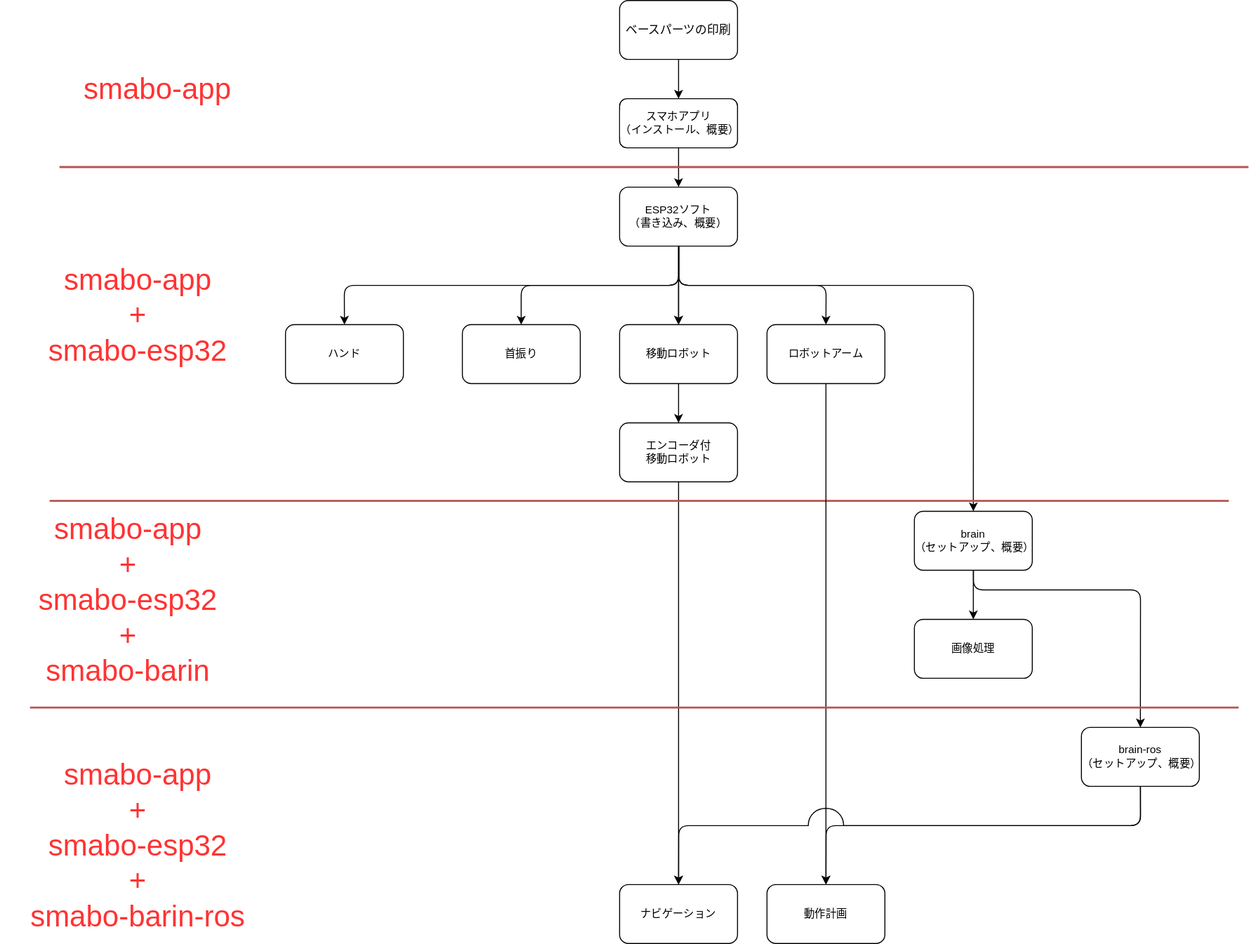
The draw.io diagram docs/images/smabo_roadmap.drawio.svg in smabo-smartphone-robot/smabo-smartphone-robot.github.io, before a commit. Source tidied: cells renumbered, new cells last; positions are measured from the earlier drawing's top-left corner, leaving out a move shared by most shapes.
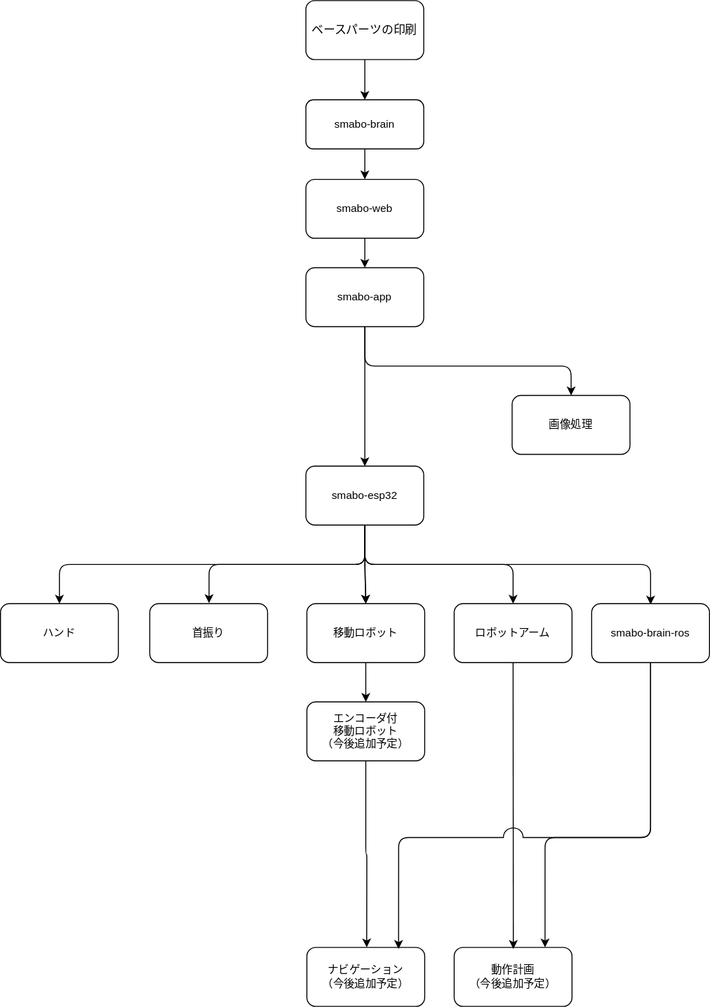
After the change.

Diff of the diagram source:
```diff
@@ -6,19 +6,19 @@
       <mxGeometry relative="1" as="geometry" />
     </mxCell>
     <mxCell id="3" value="ベースパーツの印刷" style="rounded=1;whiteSpace=wrap;html=1;" parent="1" vertex="1">
-      <mxGeometry x="630" width="120" height="60" as="geometry" />
+      <mxGeometry x="551" y="-232" width="120" height="60" as="geometry" />
     </mxCell>
-    <mxCell id="4" style="edgeStyle=orthogonalEdgeStyle;shape=connector;curved=0;rounded=0;html=1;strokeColor=default;align=center;verticalAlign=middle;fontFamily=Helvetica;fontSize=11;fontColor=default;labelBackgroundColor=default;endArrow=classic;" parent="1" edge="1" source="5" target="12">
-      <mxGeometry relative="1" as="geometry" />
-    </mxCell>
+    <mxCell id="37" style="edgeStyle=none;html=1;entryX=0.5;entryY=0;entryDx=0;entryDy=0;" parent="1" edge="1" source="5" target="40">
+      <mxGeometry relative="1" as="geometry" />
+    </mxCell>
-    <mxCell id="5" value="スマホアプリ&lt;div&gt;（インストール、概要）&lt;/div&gt;" style="rounded=1;whiteSpace=wrap;html=1;fontFamily=Helvetica;fontSize=11;fontColor=default;labelBackgroundColor=default;" parent="1" vertex="1">
-      <mxGeometry x="630" y="100" width="120" height="50" as="geometry" />
+    <mxCell id="5" value="smabo-brain" style="rounded=1;whiteSpace=wrap;html=1;fontFamily=Helvetica;fontSize=11;fontColor=default;labelBackgroundColor=default;" parent="1" vertex="1">
+      <mxGeometry x="551" y="-130.9" width="120" height="50" as="geometry" />
     </mxCell>
     <mxCell id="6" style="edgeStyle=orthogonalEdgeStyle;shape=connector;curved=0;rounded=1;html=1;strokeColor=default;align=center;verticalAlign=middle;fontFamily=Helvetica;fontSize=11;fontColor=default;labelBackgroundColor=default;endArrow=classic;entryX=0.5;entryY=0;entryDx=0;entryDy=0;" parent="1" edge="1" source="12" target="13">
       <mxGeometry relative="1" as="geometry">
         <Array as="points">
-          <mxPoint x="690" y="290" />
-          <mxPoint x="350" y="290" />
+          <mxPoint x="611" y="342" />
+          <mxPoint x="300" y="342" />
         </Array>
       </mxGeometry>
     </mxCell>
@@ -31,116 +31,103 @@
     <mxCell id="9" style="edgeStyle=orthogonalEdgeStyle;shape=connector;curved=0;rounded=1;html=1;entryX=0.5;entryY=0;entryDx=0;entryDy=0;strokeColor=default;align=center;verticalAlign=middle;fontFamily=Helvetica;fontSize=11;fontColor=default;labelBackgroundColor=default;endArrow=classic;" parent="1" edge="1" source="12" target="16">
       <mxGeometry relative="1" as="geometry">
         <Array as="points">
-          <mxPoint x="690" y="290" />
-          <mxPoint x="840" y="290" />
+          <mxPoint x="611" y="342" />
+          <mxPoint x="762" y="342" />
         </Array>
       </mxGeometry>
     </mxCell>
-    <mxCell id="10" style="edgeStyle=orthogonalEdgeStyle;shape=connector;curved=0;rounded=1;html=1;entryX=0.5;entryY=0;entryDx=0;entryDy=0;strokeColor=default;align=center;verticalAlign=middle;fontFamily=Helvetica;fontSize=11;fontColor=default;labelBackgroundColor=default;endArrow=classic;" parent="1" edge="1" source="12" target="19">
-      <mxGeometry relative="1" as="geometry">
-        <Array as="points">
-          <mxPoint x="690" y="290" />
-          <mxPoint x="990" y="290" />
-        </Array>
-      </mxGeometry>
-    </mxCell>
-    <mxCell id="11" style="edgeStyle=orthogonalEdgeStyle;shape=connector;curved=0;rounded=1;html=1;strokeColor=default;align=center;verticalAlign=middle;fontFamily=Helvetica;fontSize=11;fontColor=default;labelBackgroundColor=default;endArrow=classic;" parent="1" edge="1" source="12" target="36">
+    <mxCell id="11" style="edgeStyle=orthogonalEdgeStyle;shape=connector;curved=0;rounded=1;html=1;strokeColor=default;align=center;verticalAlign=middle;fontFamily=Helvetica;fontSize=11;fontColor=default;labelBackgroundColor=default;endArrow=classic;entryX=0.504;entryY=0.013;entryDx=0;entryDy=0;entryPerimeter=0;" parent="1" edge="1" source="12" target="41">
       <mxGeometry relative="1" as="geometry">
         <Array as="points">
-          <mxPoint x="690" y="290" />
-          <mxPoint x="530" y="290" />
+          <mxPoint x="611" y="342" />
+          <mxPoint x="902" y="342" />
+          <mxPoint x="902" y="383" />
         </Array>
       </mxGeometry>
     </mxCell>
+    <mxCell id="38" style="edgeStyle=orthogonalEdgeStyle;shape=connector;rounded=1;jumpStyle=arc;jumpSize=20;html=1;strokeColor=default;align=center;verticalAlign=middle;fontFamily=Helvetica;fontSize=11;fontColor=default;labelBackgroundColor=default;endArrow=classic;entryX=0.503;entryY=-0.009;entryDx=0;entryDy=0;entryPerimeter=0;" parent="1" edge="1" target="36">
+      <mxGeometry relative="1" as="geometry">
+        <mxPoint x="611" y="304" as="sourcePoint" />
+        <Array as="points">
+          <mxPoint x="611" y="342" />
+          <mxPoint x="452" y="342" />
+        </Array>
+      </mxGeometry>
+    </mxCell>
-    <mxCell id="12" value="ESP32ソフト&lt;div&gt;（書き込み、概要）&lt;/div&gt;" style="whiteSpace=wrap;html=1;fontSize=11;rounded=1;labelBackgroundColor=default;" parent="1" vertex="1">
-      <mxGeometry x="630" y="190" width="120" height="60" as="geometry" />
+    <mxCell id="12" value="smabo-esp32" style="whiteSpace=wrap;html=1;fontSize=11;rounded=1;labelBackgroundColor=default;" parent="1" vertex="1">
+      <mxGeometry x="551" y="242" width="120" height="60" as="geometry" />
     </mxCell>
     <mxCell id="13" value="ハンド" style="whiteSpace=wrap;html=1;fontSize=11;rounded=1;labelBackgroundColor=default;" parent="1" vertex="1">
-      <mxGeometry x="290" y="330" width="120" height="60" as="geometry" />
+      <mxGeometry x="240" y="382" width="120" height="60" as="geometry" />
     </mxCell>
     <mxCell id="14" style="edgeStyle=orthogonalEdgeStyle;shape=connector;curved=0;rounded=1;html=1;strokeColor=default;align=center;verticalAlign=middle;fontFamily=Helvetica;fontSize=11;fontColor=default;labelBackgroundColor=default;endArrow=classic;" parent="1" edge="1" source="15" target="21">
       <mxGeometry relative="1" as="geometry" />
     </mxCell>
     <mxCell id="15" value="移動ロボット" style="whiteSpace=wrap;html=1;fontSize=11;rounded=1;labelBackgroundColor=default;" parent="1" vertex="1">
-      <mxGeometry x="630" y="330" width="120" height="60" as="geometry" />
+      <mxGeometry x="552" y="382" width="120" height="60" as="geometry" />
     </mxCell>
     <mxCell id="16" value="ロボットアーム" style="rounded=1;whiteSpace=wrap;html=1;fontFamily=Helvetica;fontSize=11;fontColor=default;labelBackgroundColor=default;" parent="1" vertex="1">
-      <mxGeometry x="780" y="330" width="120" height="60" as="geometry" />
+      <mxGeometry x="702" y="382" width="120" height="60" as="geometry" />
     </mxCell>
-    <mxCell id="17" style="edgeStyle=orthogonalEdgeStyle;shape=connector;curved=0;rounded=1;html=1;strokeColor=default;align=center;verticalAlign=middle;fontFamily=Helvetica;fontSize=11;fontColor=default;labelBackgroundColor=default;endArrow=classic;" parent="1" edge="1" source="19" target="22">
-      <mxGeometry relative="1" as="geometry" />
-    </mxCell>
-    <mxCell id="18" style="edgeStyle=orthogonalEdgeStyle;shape=connector;curved=0;rounded=1;html=1;entryX=0.5;entryY=0;entryDx=0;entryDy=0;strokeColor=default;align=center;verticalAlign=middle;fontFamily=Helvetica;fontSize=11;fontColor=default;labelBackgroundColor=default;endArrow=classic;" parent="1" edge="1" source="19" target="26">
-      <mxGeometry relative="1" as="geometry">
-        <Array as="points">
-          <mxPoint x="990" y="600" />
-          <mxPoint x="1160" y="600" />
-        </Array>
-      </mxGeometry>
-    </mxCell>
-    <mxCell id="19" value="brain&lt;div&gt;（セットアップ、概要）&lt;/div&gt;" style="rounded=1;whiteSpace=wrap;html=1;fontFamily=Helvetica;fontSize=11;fontColor=default;labelBackgroundColor=default;" parent="1" vertex="1">
-      <mxGeometry x="930" y="520" width="120" height="60" as="geometry" />
-    </mxCell>
-    <mxCell id="20" style="edgeStyle=orthogonalEdgeStyle;shape=connector;curved=0;rounded=1;html=1;strokeColor=default;align=center;verticalAlign=middle;fontFamily=Helvetica;fontSize=11;fontColor=default;labelBackgroundColor=default;endArrow=classic;" parent="1" edge="1" source="21" target="23">
-      <mxGeometry relative="1" as="geometry" />
-    </mxCell>
-    <mxCell id="21" value="エンコーダ付&lt;div&gt;移動ロボット&lt;/div&gt;" style="whiteSpace=wrap;html=1;fontSize=11;rounded=1;labelBackgroundColor=default;" parent="1" vertex="1">
-      <mxGeometry x="630" y="430" width="120" height="60" as="geometry" />
+    <mxCell id="21" value="エンコーダ付&lt;div&gt;移動ロボット&lt;/div&gt;&lt;div&gt;（今後追加予定）&lt;/div&gt;" style="whiteSpace=wrap;html=1;fontSize=11;rounded=1;labelBackgroundColor=default;" parent="1" vertex="1">
+      <mxGeometry x="552" y="482" width="120" height="60" as="geometry" />
     </mxCell>
-    <mxCell id="22" value="画像処理" style="whiteSpace=wrap;html=1;fontSize=11;rounded=1;labelBackgroundColor=default;" parent="1" vertex="1">
-      <mxGeometry x="930" y="630" width="120" height="60" as="geometry" />
-    </mxCell>
-    <mxCell id="23" value="ナビゲーション" style="whiteSpace=wrap;html=1;fontSize=11;rounded=1;labelBackgroundColor=default;" parent="1" vertex="1">
-      <mxGeometry x="630" y="900" width="120" height="60" as="geometry" />
+    <mxCell id="23" value="ナビゲーション&lt;div&gt;（今後追加予定）&lt;/div&gt;" style="whiteSpace=wrap;html=1;fontSize=11;rounded=1;labelBackgroundColor=default;" parent="1" vertex="1">
+      <mxGeometry x="552" y="732" width="120" height="60" as="geometry" />
     </mxCell>
-    <mxCell id="24" value="動作計画" style="whiteSpace=wrap;html=1;fontSize=11;rounded=1;labelBackgroundColor=default;" parent="1" vertex="1">
-      <mxGeometry x="780" y="900" width="120" height="60" as="geometry" />
+    <mxCell id="24" value="動作計画&lt;div&gt;（今後追加予定）&lt;/div&gt;" style="whiteSpace=wrap;html=1;fontSize=11;rounded=1;labelBackgroundColor=default;" parent="1" vertex="1">
+      <mxGeometry x="702" y="732" width="120" height="60" as="geometry" />
     </mxCell>
-    <mxCell id="25" style="edgeStyle=orthogonalEdgeStyle;shape=connector;curved=0;rounded=1;html=1;exitX=0.5;exitY=1;exitDx=0;exitDy=0;entryX=0.5;entryY=0;entryDx=0;entryDy=0;strokeColor=default;align=center;verticalAlign=middle;fontFamily=Helvetica;fontSize=11;fontColor=default;labelBackgroundColor=default;endArrow=classic;" parent="1" edge="1" source="26" target="24">
-      <mxGeometry relative="1" as="geometry">
-        <Array as="points">
-          <mxPoint x="1160" y="840" />
-          <mxPoint x="840" y="840" />
-        </Array>
-      </mxGeometry>
-    </mxCell>
-    <mxCell id="26" value="brain-ros&lt;div&gt;（セットアップ、概要）&lt;/div&gt;" style="rounded=1;whiteSpace=wrap;html=1;fontFamily=Helvetica;fontSize=11;fontColor=default;labelBackgroundColor=default;" parent="1" vertex="1">
-      <mxGeometry x="1100" y="740" width="120" height="60" as="geometry" />
-    </mxCell>
-    <mxCell id="27" style="line;strokeWidth=2;html=1;fontFamily=Helvetica;fontSize=11;labelBackgroundColor=default;fillColor=#f8cecc;strokeColor=#b85450;" parent="1" vertex="1">
-      <mxGeometry x="60" y="150" width="1210" height="39.1" as="geometry" />
-    </mxCell>
-    <mxCell id="28" style="line;strokeWidth=2;html=1;fontFamily=Helvetica;fontSize=11;labelBackgroundColor=default;fillColor=#f8cecc;strokeColor=#b85450;" parent="1" vertex="1">
-      <mxGeometry x="50" y="490" width="1200" height="38.7" as="geometry" />
-    </mxCell>
+    <mxCell id="36" value="首振り" style="rounded=1;whiteSpace=wrap;html=1;fontFamily=Helvetica;fontSize=11;fontColor=default;labelBackgroundColor=default;" parent="1" vertex="1">
+      <mxGeometry x="392" y="382" width="120" height="60" as="geometry" />
+    </mxCell>
+    <mxCell id="39" style="edgeStyle=orthogonalEdgeStyle;shape=connector;rounded=1;html=1;entryX=0.5;entryY=0;entryDx=0;entryDy=0;strokeColor=default;align=center;verticalAlign=middle;fontFamily=Helvetica;fontSize=11;fontColor=default;labelBackgroundColor=default;endArrow=classic;" parent="1" edge="1" source="40" target="33">
+      <mxGeometry relative="1" as="geometry" />
+    </mxCell>
+    <mxCell id="40" value="smabo-web" style="rounded=1;whiteSpace=wrap;html=1;fontFamily=Helvetica;fontSize=11;fontColor=default;labelBackgroundColor=default;" parent="1" vertex="1">
+      <mxGeometry x="551" y="-50" width="120" height="60" as="geometry" />
+    </mxCell>
+    <mxCell id="22" value="画像処理" style="whiteSpace=wrap;html=1;fontSize=11;rounded=1;labelBackgroundColor=default;" parent="1" vertex="1">
+      <mxGeometry x="761" y="170" width="120" height="60" as="geometry" />
+    </mxCell>
+    <mxCell id="41" value="smabo-brain-ros" style="rounded=1;whiteSpace=wrap;html=1;fontFamily=Helvetica;fontSize=11;fontColor=default;labelBackgroundColor=default;" parent="1" vertex="1">
+      <mxGeometry x="842" y="382" width="120" height="60" as="geometry" />
+    </mxCell>
+    <mxCell id="42" style="edgeStyle=orthogonalEdgeStyle;shape=connector;rounded=1;html=1;entryX=0.5;entryY=0;entryDx=0;entryDy=0;strokeColor=default;align=center;verticalAlign=middle;fontFamily=Helvetica;fontSize=11;fontColor=default;labelBackgroundColor=default;endArrow=classic;" parent="1" edge="1" source="33" target="12">
+      <mxGeometry relative="1" as="geometry" />
+    </mxCell>
+    <mxCell id="43" style="edgeStyle=orthogonalEdgeStyle;shape=connector;rounded=1;html=1;strokeColor=default;align=center;verticalAlign=middle;fontFamily=Helvetica;fontSize=11;fontColor=default;labelBackgroundColor=default;endArrow=classic;" parent="1" edge="1" source="33" target="22">
+      <mxGeometry relative="1" as="geometry">
+        <Array as="points">
+          <mxPoint x="681" y="140" />
+          <mxPoint x="891" y="140" />
+        </Array>
+      </mxGeometry>
+    </mxCell>
+    <mxCell id="33" value="smabo-app" style="rounded=1;whiteSpace=wrap;html=1;fontFamily=Helvetica;fontSize=11;fontColor=default;labelBackgroundColor=default;" parent="1" vertex="1">
+      <mxGeometry x="551" y="40" width="120" height="60" as="geometry" />
+    </mxCell>
+    <mxCell id="20" style="edgeStyle=orthogonalEdgeStyle;shape=connector;rounded=1;jumpStyle=arc;jumpSize=20;html=1;entryX=0.508;entryY=-0.001;entryDx=0;entryDy=0;entryPerimeter=0;strokeColor=default;align=center;verticalAlign=middle;fontFamily=Helvetica;fontSize=11;fontColor=default;labelBackgroundColor=default;endArrow=classic;" parent="1" edge="1" source="21" target="23">
+      <mxGeometry relative="1" as="geometry" />
+    </mxCell>
-    <mxCell id="29" style="edgeStyle=orthogonalEdgeStyle;shape=connector;curved=0;rounded=1;html=1;strokeColor=default;align=center;verticalAlign=middle;fontFamily=Helvetica;fontSize=11;fontColor=default;labelBackgroundColor=default;endArrow=classic;entryX=0.5;entryY=0;entryDx=0;entryDy=0;" parent="1" edge="1" source="16" target="24">
+    <mxCell id="29" style="edgeStyle=orthogonalEdgeStyle;shape=connector;rounded=1;jumpStyle=arc;jumpSize=20;html=1;entryX=0.502;entryY=0.024;entryDx=0;entryDy=0;entryPerimeter=0;strokeColor=default;align=center;verticalAlign=middle;fontFamily=Helvetica;fontSize=11;fontColor=default;labelBackgroundColor=default;endArrow=classic;" parent="1" edge="1" source="16" target="24">
       <mxGeometry relative="1" as="geometry" />
     </mxCell>
-    <mxCell id="30" style="line;strokeWidth=2;html=1;fontFamily=Helvetica;fontSize=11;labelBackgroundColor=default;fillColor=#f8cecc;strokeColor=#b85450;" parent="1" vertex="1">
-      <mxGeometry x="30" y="700" width="1230" height="39.7" as="geometry" />
-    </mxCell>
-    <mxCell id="31" style="edgeStyle=orthogonalEdgeStyle;shape=connector;curved=0;rounded=1;html=1;entryX=0.5;entryY=0;entryDx=0;entryDy=0;strokeColor=default;align=center;verticalAlign=middle;fontFamily=Helvetica;fontSize=11;fontColor=default;labelBackgroundColor=default;endArrow=classic;flowAnimation=0;jumpStyle=arc;jumpSize=36;" parent="1" edge="1" source="26" target="23">
-      <mxGeometry relative="1" as="geometry">
-        <Array as="points">
-          <mxPoint x="1160" y="840" />
-          <mxPoint x="690" y="840" />
-        </Array>
-      </mxGeometry>
-    </mxCell>
-    <mxCell id="32" value="&lt;font style=&quot;color: rgb(255, 51, 51);&quot;&gt;smabo-app&lt;/font&gt;&lt;div&gt;&lt;font style=&quot;color: rgb(255, 51, 51);&quot;&gt;+&lt;/font&gt;&lt;/div&gt;&lt;div&gt;&lt;font style=&quot;color: rgb(255, 51, 51);&quot;&gt;smabo-esp32&lt;/font&gt;&lt;/div&gt;" style="text;html=1;align=center;verticalAlign=middle;whiteSpace=wrap;rounded=0;fontFamily=Helvetica;fontSize=30;fontColor=#FF3333;labelBackgroundColor=default;" parent="1" vertex="1">
-      <mxGeometry x="10" y="260" width="260" height="120" as="geometry" />
-    </mxCell>
-    <mxCell id="33" value="&lt;font style=&quot;color: rgb(255, 51, 51);&quot;&gt;smabo-app&lt;/font&gt;" style="text;html=1;align=center;verticalAlign=middle;whiteSpace=wrap;rounded=0;fontFamily=Helvetica;fontSize=30;fontColor=#FF3333;labelBackgroundColor=default;" parent="1" vertex="1">
-      <mxGeometry x="30" y="30" width="260" height="120" as="geometry" />
-    </mxCell>
-    <mxCell id="34" value="&lt;font style=&quot;color: rgb(255, 51, 51);&quot;&gt;smabo-app&lt;/font&gt;&lt;div&gt;&lt;font style=&quot;color: rgb(255, 51, 51);&quot;&gt;+&lt;/font&gt;&lt;/div&gt;&lt;div&gt;&lt;font style=&quot;color: rgb(255, 51, 51);&quot;&gt;smabo-esp32&lt;/font&gt;&lt;/div&gt;&lt;div&gt;&lt;font style=&quot;color: rgb(255, 51, 51);&quot;&gt;+&lt;/font&gt;&lt;/div&gt;&lt;div&gt;&lt;font style=&quot;color: rgb(255, 51, 51);&quot;&gt;smabo-barin&lt;/font&gt;&lt;/div&gt;" style="text;html=1;align=center;verticalAlign=middle;whiteSpace=wrap;rounded=0;fontFamily=Helvetica;fontSize=30;fontColor=#FF3333;labelBackgroundColor=default;" parent="1" vertex="1">
-      <mxGeometry y="550" width="260" height="120" as="geometry" />
-    </mxCell>
-    <mxCell id="35" value="&lt;font style=&quot;color: rgb(255, 51, 51);&quot;&gt;smabo-app&lt;/font&gt;&lt;div&gt;&lt;font style=&quot;color: rgb(255, 51, 51);&quot;&gt;+&lt;/font&gt;&lt;/div&gt;&lt;div&gt;&lt;font style=&quot;color: rgb(255, 51, 51);&quot;&gt;smabo-esp32&lt;/font&gt;&lt;/div&gt;&lt;div&gt;&lt;font style=&quot;color: rgb(255, 51, 51);&quot;&gt;+&lt;/font&gt;&lt;/div&gt;&lt;div&gt;&lt;font style=&quot;color: rgb(255, 51, 51);&quot;&gt;smabo-barin-ros&lt;/font&gt;&lt;/div&gt;" style="text;html=1;align=center;verticalAlign=middle;whiteSpace=wrap;rounded=0;fontFamily=Helvetica;fontSize=30;fontColor=#FF3333;labelBackgroundColor=default;" parent="1" vertex="1">
-      <mxGeometry x="10" y="800" width="260" height="120" as="geometry" />
-    </mxCell>
-    <mxCell id="36" value="首振り" style="rounded=1;whiteSpace=wrap;html=1;fontFamily=Helvetica;fontSize=11;fontColor=default;labelBackgroundColor=default;" parent="1" vertex="1">
-      <mxGeometry x="470" y="330" width="120" height="60" as="geometry" />
-    </mxCell>
+    <mxCell id="44" style="edgeStyle=orthogonalEdgeStyle;shape=connector;rounded=1;jumpStyle=arc;jumpSize=20;html=1;entryX=0.778;entryY=0.024;entryDx=0;entryDy=0;entryPerimeter=0;strokeColor=default;align=center;verticalAlign=middle;fontFamily=Helvetica;fontSize=11;fontColor=default;labelBackgroundColor=default;endArrow=classic;" parent="1" edge="1" source="41" target="23">
+      <mxGeometry relative="1" as="geometry">
+        <Array as="points">
+          <mxPoint x="902" y="620" />
+          <mxPoint x="645" y="620" />
+        </Array>
+      </mxGeometry>
+    </mxCell>
+    <mxCell id="45" style="edgeStyle=orthogonalEdgeStyle;shape=connector;rounded=1;jumpStyle=arc;jumpSize=20;html=1;entryX=0.771;entryY=-0.001;entryDx=0;entryDy=0;entryPerimeter=0;strokeColor=default;align=center;verticalAlign=middle;fontFamily=Helvetica;fontSize=11;fontColor=default;labelBackgroundColor=default;endArrow=classic;" parent="1" edge="1" source="41" target="24">
+      <mxGeometry relative="1" as="geometry">
+        <Array as="points">
+          <mxPoint x="902" y="620" />
+          <mxPoint x="795" y="620" />
+        </Array>
+      </mxGeometry>
+    </mxCell>
   </root>
 </mxGraphModel>
```
